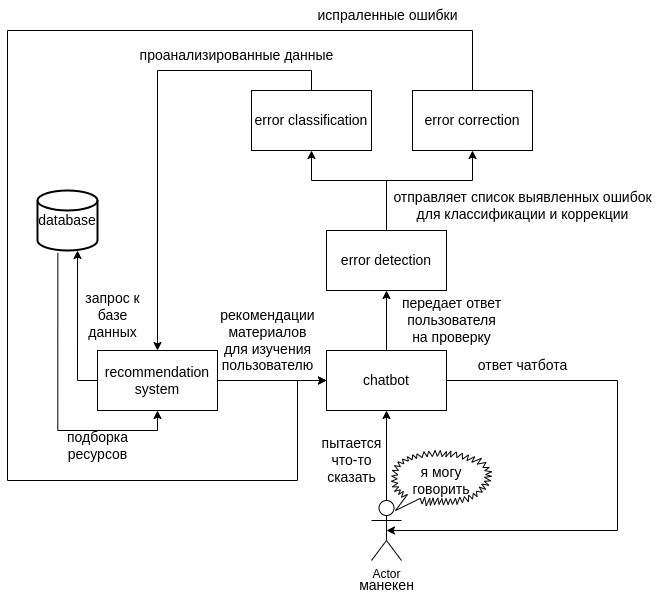
The draw.io diagram images/scheme.png in mlap1n/recommendation-system-for-language-learning, before a commit. Source tidied: cells renumbered, new cells last; positions are measured from the earlier drawing's top-left corner, leaving out a move shared by most shapes.
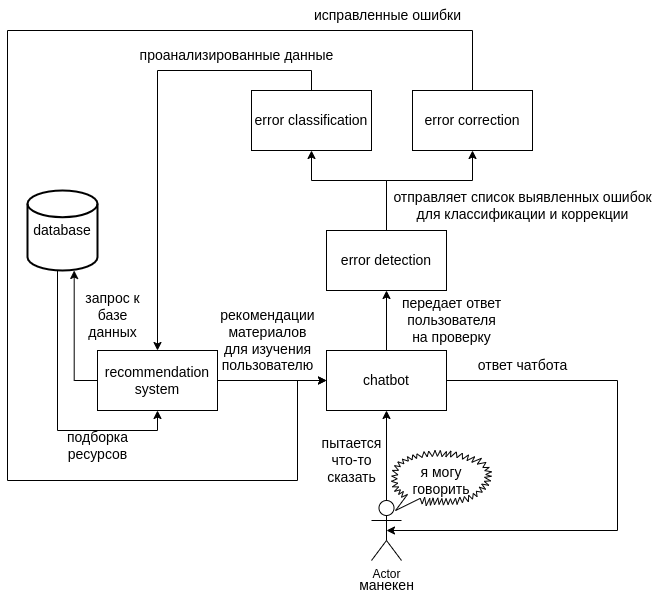
The same diagram one commit later.

The edit, as a diff of the source:
```diff
@@ -94,25 +94,26 @@
     <mxCell id="24" value="&lt;font style=&quot;font-size: 14px;&quot;&gt;рекомендации &lt;br&gt;материалов &lt;br&gt;для изучения&lt;br&gt;пользователю&lt;/font&gt;" style="text;html=1;align=center;verticalAlign=middle;strokeColor=none;fillColor=none;" parent="1" vertex="1">
       <mxGeometry x="200" y="300" width="120" height="80" as="geometry" />
     </mxCell>
-    <mxCell id="25" value="&lt;font style=&quot;font-size: 14px;&quot;&gt;испраленные ошибки&lt;/font&gt;" style="text;html=1;align=center;verticalAlign=middle;strokeColor=none;fillColor=none;" parent="1" vertex="1">
-      <mxGeometry x="300" width="160" height="30" as="geometry" />
+    <mxCell id="25" value="&lt;font style=&quot;font-size: 14px;&quot;&gt;исправленные ошибки&lt;/font&gt;" style="text;html=1;align=center;verticalAlign=middle;strokeColor=none;fillColor=none;" parent="1" vertex="1">
+      <mxGeometry x="295" width="170" height="30" as="geometry" />
     </mxCell>
-    <mxCell id="26" style="edgeStyle=orthogonalEdgeStyle;rounded=0;jettySize=auto;html=1;entryX=0.5;entryY=1;entryDx=0;entryDy=0;exitX=0.339;exitY=1.039;exitDx=0;exitDy=0;exitPerimeter=0;" parent="1" edge="1" source="29" target="21">
-      <mxGeometry relative="1" as="geometry">
-        <Array as="points">
-          <mxPoint x="50" y="430" />
-          <mxPoint x="150" y="430" />
-        </Array>
-      </mxGeometry>
-    </mxCell>
     <mxCell id="27" value="&lt;font style=&quot;font-size: 14px;&quot;&gt;запрос к &lt;br&gt;базе&lt;br&gt;данных&lt;/font&gt;" style="text;html=1;align=center;verticalAlign=middle;strokeColor=none;fillColor=none;" parent="1" vertex="1">
       <mxGeometry x="65" y="285" width="80" height="60" as="geometry" />
     </mxCell>
     <mxCell id="28" value="&lt;font style=&quot;font-size: 14px;&quot;&gt;подборка&lt;br&gt;ресурсов&lt;/font&gt;" style="text;html=1;align=center;verticalAlign=middle;strokeColor=none;fillColor=none;" parent="1" vertex="1">
       <mxGeometry x="50" y="420" width="80" height="50" as="geometry" />
     </mxCell>
+    <mxCell id="26" style="edgeStyle=orthogonalEdgeStyle;rounded=0;jettySize=auto;html=1;exitX=0.5;exitY=1;exitDx=0;exitDy=0;exitPerimeter=0;entryX=0.5;entryY=1;entryDx=0;entryDy=0;" parent="1" edge="1" source="29" target="21">
+      <mxGeometry relative="1" as="geometry">
+        <Array as="points">
+          <mxPoint x="50" y="270" />
+          <mxPoint x="50" y="430" />
+          <mxPoint x="150" y="430" />
+        </Array>
+      </mxGeometry>
+    </mxCell>
     <mxCell id="29" value="&lt;font style=&quot;font-size: 14px;&quot;&gt;database&lt;/font&gt;" style="strokeWidth=2;html=1;shape=mxgraph.flowchart.database;whiteSpace=wrap;" parent="1" vertex="1">
-      <mxGeometry x="30" y="190" width="60" height="60" as="geometry" />
+      <mxGeometry x="20" y="190" width="70" height="80" as="geometry" />
     </mxCell>
   </root>
 </mxGraphModel>
```
